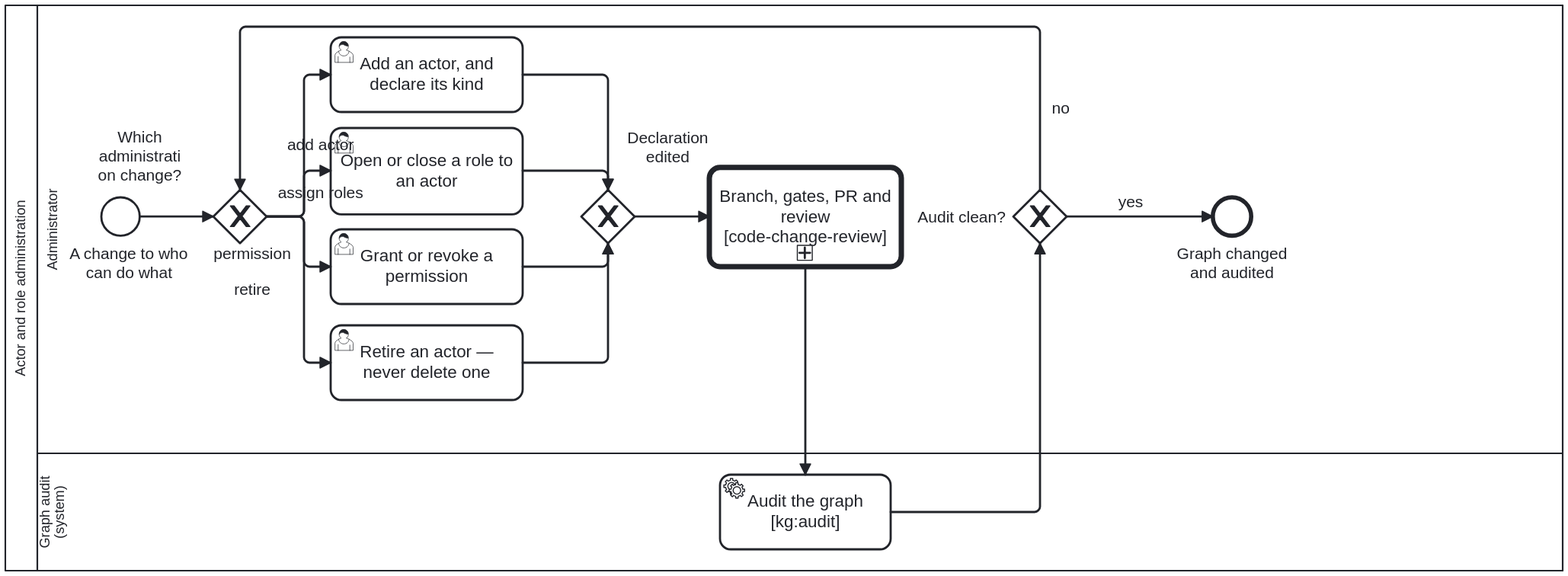
litlfred/cat-harness keeps this BPMN diagram as docs/assets/img/workflows/actor-role-administration.svg. Above is the earlier version. Its source is kept beside it as processes/process/actor-role-administration.bpmn. Ids are renumbered.
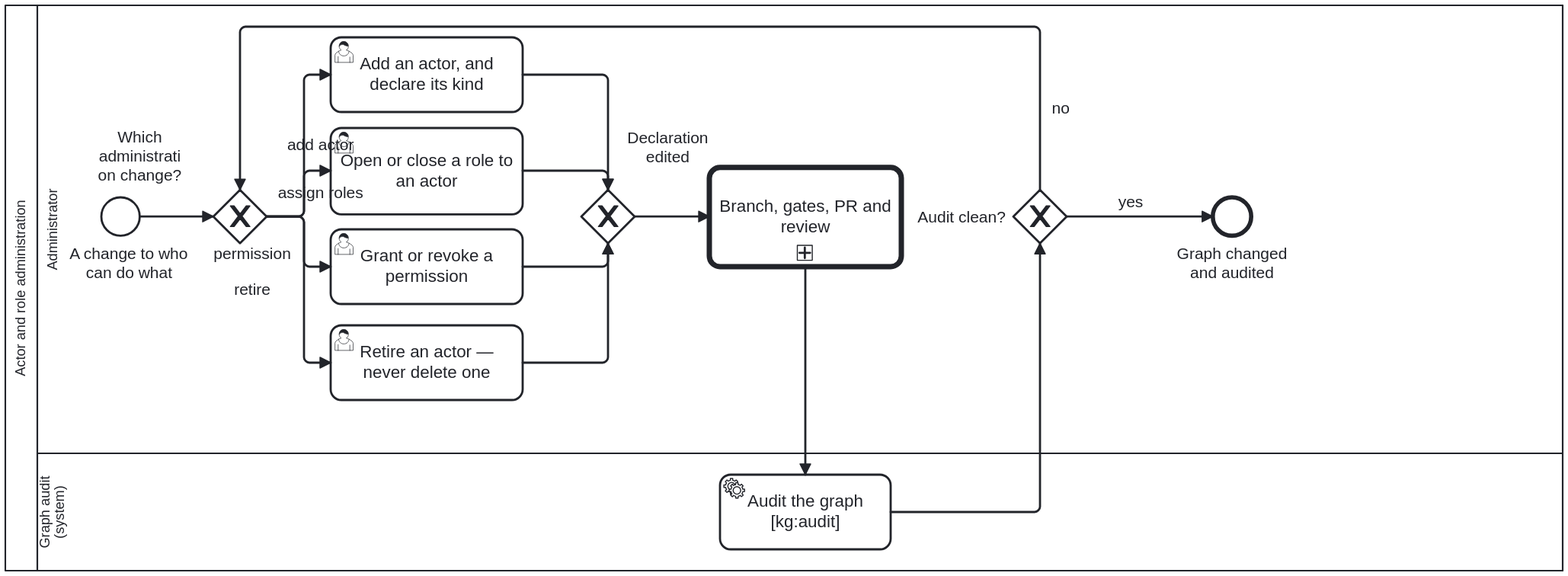
The same file after the commit.

The edit, as a diff of the source:
```diff
@@ -148,7 +148,7 @@
       <bpmn:outgoing>A10</bpmn:outgoing>
     </bpmn:exclusiveGateway>
 
-    <bpmn:callActivity id="CallActivity_CodeChangeReview" name="Branch, gates, PR and review&#10;[code-change-review]" calledElement="Process_CodeChangeReview">
+    <bpmn:callActivity id="CallActivity_CodeChangeReview" name="Branch, gates, PR and review" calledElement="Process_CodeChangeReview">
       <bpmn:documentation>Called rather than restated. The mechanics of getting an edit reviewed and merged are not specific to the role graph, and a second description of them is a second thing free to disagree with the first.</bpmn:documentation>
       <bpmn:extensionElements>
         <bootstrap.processes:skill ref="prepare-merge" />
```
